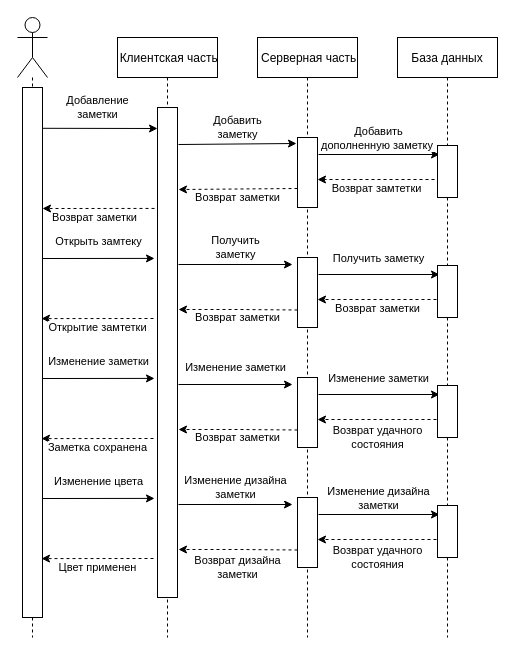
bogomazdmitry/note-shared-java keeps this draw.io diagram as drawio/Последовательность.drawio. Above is the earlier version. Source tidied: cells renumbered, new cells numbered last; positions are measured from the earlier drawing's top-left corner, leaving out a move shared by most shapes. Both pictures are drawn from the tidied source at 100%, with x=0, y=0 at pixel (17, 17).
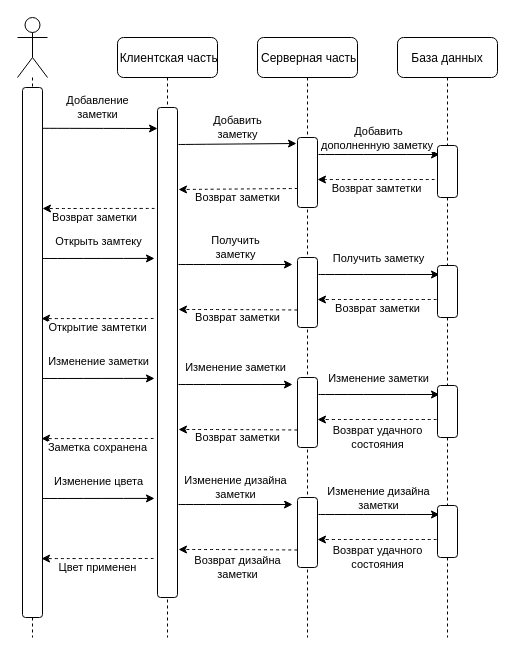
Above is the later version.

What changed in the source:
```diff
@@
-    <mxCell id="2" value=" Клиентская часть" style="shape=umlLifeline;perimeter=lifelinePerimeter;rounded=0;shadow=0;strokeWidth=1;" parent="1" vertex="1">
+    <mxCell id="2" value=" Клиентская часть" style="shape=umlLifeline;perimeter=lifelinePerimeter;shadow=0;strokeWidth=1;rounded=1;" parent="1" vertex="1">
       <mxGeometry x="100" y="20" width="100" height="600" as="geometry" />
     </mxCell>
-    <mxCell id="3" value="Возврат заметки" style="endArrow=classic;html=1;rounded=0;dashed=1;exitX=-0.15;exitY=0.206;exitDx=0;exitDy=0;exitPerimeter=0;" parent="2" edge="1" source="36">
+    <mxCell id="3" value="Возврат заметки" style="endArrow=classic;html=1;dashed=1;exitX=-0.15;exitY=0.206;exitDx=0;exitDy=0;exitPerimeter=0;curved=1;" parent="2" edge="1" source="36">
       <mxGeometry x="0.08" y="9" relative="1" as="geometry">
         <mxPoint x="-75" y="171" as="targetPoint" />
       </mxGeometry>
     </mxCell>
-    <mxCell id="4" value="Открыть замтеку" style="endArrow=classic;html=1;rounded=0;entryX=-0.15;entryY=0.308;entryDx=0;entryDy=0;entryPerimeter=0;" parent="2" edge="1" target="36">
+    <mxCell id="4" value="Открыть замтеку" style="endArrow=classic;html=1;entryX=-0.15;entryY=0.308;entryDx=0;entryDy=0;entryPerimeter=0;curved=1;" parent="2" edge="1" target="36">
       <mxGeometry y="16" relative="1" as="geometry">
         <mxPoint x="-75" y="221" as="sourcePoint" />
         <mxPoint y="-1" as="offset" />
       </mxGeometry>
     </mxCell>
-    <mxCell id="5" style="edgeStyle=orthogonalEdgeStyle;rounded=0;jettySize=auto;html=1;dashed=1;endArrow=none;endFill=0;" parent="1" edge="1" source="6">
+    <mxCell id="5" style="edgeStyle=orthogonalEdgeStyle;jettySize=auto;html=1;dashed=1;endArrow=none;endFill=0;curved=1;" parent="1" edge="1" source="6">
       <mxGeometry relative="1" as="geometry">
         <mxPoint x="15" y="620" as="targetPoint" />
       </mxGeometry>
     </mxCell>
-    <mxCell id="6" style="shape=umlActor;verticalLabelPosition=bottom;verticalAlign=top;html=1;outlineConnect=0;" parent="1" vertex="1">
+    <mxCell id="6" style="shape=umlActor;verticalLabelPosition=bottom;verticalAlign=top;html=1;outlineConnect=0;rounded=1;" parent="1" vertex="1">
       <mxGeometry width="30" height="60" as="geometry" />
     </mxCell>
-    <mxCell id="7" value=" Серверная часть" style="shape=umlLifeline;perimeter=lifelinePerimeter;rounded=0;shadow=0;strokeWidth=1;" parent="1" vertex="1">
+    <mxCell id="7" value=" Серверная часть" style="shape=umlLifeline;perimeter=lifelinePerimeter;shadow=0;strokeWidth=1;rounded=1;" parent="1" vertex="1">
       <mxGeometry x="240" y="20" width="100" height="600" as="geometry" />
     </mxCell>
-    <mxCell id="8" style="rounded=0;whiteSpace=wrap;html=1;" parent="7" vertex="1">
+    <mxCell id="8" style="whiteSpace=wrap;html=1;rounded=1;" parent="7" vertex="1">
       <mxGeometry x="40" y="100" width="20" height="70" as="geometry" />
     </mxCell>
-    <mxCell id="9" value="Возврат заметки" style="endArrow=classic;html=1;rounded=0;dashed=1;" parent="7" edge="1">
+    <mxCell id="9" value="Возврат заметки" style="endArrow=classic;html=1;dashed=1;curved=1;" parent="7" edge="1">
       <mxGeometry x="0.01" y="8" relative="1" as="geometry">
         <mxPoint x="40" y="151" as="sourcePoint" />
         <mxPoint x="-79" y="152" as="targetPoint" />
       </mxGeometry>
     </mxCell>
-    <mxCell id="10" value="База данных" style="shape=umlLifeline;perimeter=lifelinePerimeter;rounded=0;shadow=0;strokeWidth=1;" parent="1" vertex="1">
+    <mxCell id="10" value="База данных" style="shape=umlLifeline;perimeter=lifelinePerimeter;shadow=0;strokeWidth=1;rounded=1;" parent="1" vertex="1">
       <mxGeometry x="380" y="20" width="100" height="600" as="geometry" />
     </mxCell>
-    <mxCell id="11" style="rounded=0;whiteSpace=wrap;html=1;" parent="10" vertex="1">
+    <mxCell id="11" style="whiteSpace=wrap;html=1;rounded=1;" parent="10" vertex="1">
       <mxGeometry x="-100" y="220" width="20" height="70" as="geometry" />
     </mxCell>
-    <mxCell id="12" value="Возврат заметки" style="endArrow=classic;html=1;rounded=0;dashed=1;exitX=0;exitY=0.75;exitDx=0;exitDy=0;" parent="10" edge="1" source="11">
+    <mxCell id="12" value="Возврат заметки" style="endArrow=classic;html=1;dashed=1;exitX=0;exitY=0.75;exitDx=0;exitDy=0;curved=1;" parent="10" edge="1" source="11">
       <mxGeometry x="0.01" y="8" relative="1" as="geometry">
         <mxPoint x="-219" y="272" as="targetPoint" />
         <Array as="points">
           <mxPoint x="-160" y="272" />
         </Array>
       </mxGeometry>
     </mxCell>
-    <mxCell id="13" value="Получить&lt;br&gt;заметку" style="endArrow=classic;html=1;rounded=0;" parent="10" edge="1">
+    <mxCell id="13" value="Получить&lt;br&gt;заметку" style="endArrow=classic;html=1;curved=1;" parent="10" edge="1">
       <mxGeometry y="16" relative="1" as="geometry">
         <mxPoint x="-219" y="227" as="sourcePoint" />
         <mxPoint x="-105" y="227" as="targetPoint" />
         <mxPoint y="-1" as="offset" />
       </mxGeometry>
     </mxCell>
-    <mxCell id="14" style="endArrow=classic;html=1;rounded=0;" parent="10" edge="1">
+    <mxCell id="14" style="endArrow=classic;html=1;curved=1;" parent="10" edge="1">
       <mxGeometry relative="1" as="geometry">
         <mxPoint x="-79" y="237" as="sourcePoint" />
         <mxPoint x="42" y="237" as="targetPoint" />
       </mxGeometry>
     </mxCell>
-    <mxCell id="15" value="Получить заметку" style="edgeLabel;html=1;align=center;verticalAlign=middle;" parent="14" vertex="1">
+    <mxCell id="15" value="Получить заметку" style="edgeLabel;html=1;align=center;verticalAlign=middle;rounded=1;" parent="14" vertex="1">
       <mxGeometry x="-0.21" relative="1" as="geometry">
         <mxPoint x="11" y="-17" as="offset" />
       </mxGeometry>
     </mxCell>
-    <mxCell id="16" style="rounded=0;whiteSpace=wrap;html=1;" parent="10" vertex="1">
+    <mxCell id="16" style="whiteSpace=wrap;html=1;rounded=1;" parent="10" vertex="1">
       <mxGeometry x="40" y="228" width="20" height="52" as="geometry" />
     </mxCell>
-    <mxCell id="17" value="Возврат заметки" style="endArrow=classic;html=1;rounded=0;dashed=1;" parent="10" edge="1">
+    <mxCell id="17" value="Возврат заметки" style="endArrow=classic;html=1;dashed=1;curved=1;" parent="10" edge="1">
       <mxGeometry x="-0.01" y="9" relative="1" as="geometry">
         <mxPoint x="39" y="262" as="sourcePoint" />
         <mxPoint x="-80" y="262" as="targetPoint" />
       </mxGeometry>
     </mxCell>
-    <mxCell id="18" value="Изменение заметки" style="endArrow=classic;html=1;rounded=0;entryX=-0.15;entryY=0.308;entryDx=0;entryDy=0;entryPerimeter=0;" parent="10" edge="1">
+    <mxCell id="18" value="Изменение заметки" style="endArrow=classic;html=1;entryX=-0.15;entryY=0.308;entryDx=0;entryDy=0;entryPerimeter=0;curved=1;" parent="10" edge="1">
       <mxGeometry y="16" relative="1" as="geometry">
         <mxPoint x="-355" y="341" as="sourcePoint" />
         <mxPoint x="-243" y="340.9" as="targetPoint" />
         <mxPoint y="-1" as="offset" />
       </mxGeometry>
     </mxCell>
-    <mxCell id="19" style="rounded=0;whiteSpace=wrap;html=1;" parent="10" vertex="1">
+    <mxCell id="19" style="whiteSpace=wrap;html=1;rounded=1;" parent="10" vertex="1">
       <mxGeometry x="-100" y="340" width="20" height="70" as="geometry" />
     </mxCell>
-    <mxCell id="20" value="Возврат заметки" style="endArrow=classic;html=1;rounded=0;dashed=1;exitX=0;exitY=0.75;exitDx=0;exitDy=0;" parent="10" edge="1" source="19">
+    <mxCell id="20" value="Возврат заметки" style="endArrow=classic;html=1;dashed=1;exitX=0;exitY=0.75;exitDx=0;exitDy=0;curved=1;" parent="10" edge="1" source="19">
       <mxGeometry x="0.01" y="8" relative="1" as="geometry">
         <mxPoint x="-219" y="392" as="targetPoint" />
         <Array as="points">
           <mxPoint x="-160" y="392" />
         </Array>
       </mxGeometry>
     </mxCell>
-    <mxCell id="21" value="Изменение заметки" style="endArrow=classic;html=1;rounded=0;" parent="10" edge="1">
+    <mxCell id="21" value="Изменение заметки" style="endArrow=classic;html=1;curved=1;" parent="10" edge="1">
       <mxGeometry y="16" relative="1" as="geometry">
         <mxPoint x="-219" y="347" as="sourcePoint" />
         <mxPoint x="-105" y="347" as="targetPoint" />
         <mxPoint y="-1" as="offset" />
       </mxGeometry>
     </mxCell>
-    <mxCell id="22" style="endArrow=classic;html=1;rounded=0;" parent="10" edge="1">
+    <mxCell id="22" style="endArrow=classic;html=1;curved=1;" parent="10" edge="1">
       <mxGeometry relative="1" as="geometry">
         <mxPoint x="-79" y="357" as="sourcePoint" />
         <mxPoint x="42" y="357" as="targetPoint" />
       </mxGeometry>
     </mxCell>
-    <mxCell id="23" value="Изменение заметки" style="edgeLabel;html=1;align=center;verticalAlign=middle;" parent="22" vertex="1">
+    <mxCell id="23" value="Изменение заметки" style="edgeLabel;html=1;align=center;verticalAlign=middle;rounded=1;" parent="22" vertex="1">
       <mxGeometry x="-0.21" relative="1" as="geometry">
         <mxPoint x="11" y="-17" as="offset" />
       </mxGeometry>
     </mxCell>
-    <mxCell id="24" style="rounded=0;whiteSpace=wrap;html=1;" parent="10" vertex="1">
+    <mxCell id="24" style="whiteSpace=wrap;html=1;rounded=1;" parent="10" vertex="1">
       <mxGeometry x="40" y="348" width="20" height="52" as="geometry" />
     </mxCell>
-    <mxCell id="25" value="Возврат удачного &lt;br&gt;состояния" style="endArrow=classic;html=1;rounded=0;dashed=1;" parent="10" edge="1">
+    <mxCell id="25" value="Возврат удачного &lt;br&gt;состояния" style="endArrow=classic;html=1;dashed=1;curved=1;" parent="10" edge="1">
       <mxGeometry x="-0.01" y="18" relative="1" as="geometry">
         <mxPoint x="39" y="382" as="sourcePoint" />
         <mxPoint x="-80" y="382" as="targetPoint" />
       </mxGeometry>
     </mxCell>
-    <mxCell id="26" value="Заметка сохранена" style="endArrow=classic;html=1;rounded=0;dashed=1;exitX=-0.15;exitY=0.206;exitDx=0;exitDy=0;exitPerimeter=0;" parent="10" edge="1">
+    <mxCell id="26" value="Заметка сохранена" style="endArrow=classic;html=1;dashed=1;exitX=-0.15;exitY=0.206;exitDx=0;exitDy=0;exitPerimeter=0;curved=1;" parent="10" edge="1">
       <mxGeometry y="9" relative="1" as="geometry">
         <mxPoint x="-244" y="401" as="sourcePoint" />
         <mxPoint x="-356" y="401.1" as="targetPoint" />
       </mxGeometry>
     </mxCell>
-    <mxCell id="27" value="Изменение цвета" style="endArrow=classic;html=1;rounded=0;entryX=-0.15;entryY=0.308;entryDx=0;entryDy=0;entryPerimeter=0;" parent="10" edge="1">
+    <mxCell id="27" value="Изменение цвета" style="endArrow=classic;html=1;entryX=-0.15;entryY=0.308;entryDx=0;entryDy=0;entryPerimeter=0;curved=1;" parent="10" edge="1">
       <mxGeometry y="16" relative="1" as="geometry">
         <mxPoint x="-355" y="461" as="sourcePoint" />
         <mxPoint x="-243" y="460.9" as="targetPoint" />
         <mxPoint y="-1" as="offset" />
       </mxGeometry>
     </mxCell>
-    <mxCell id="28" style="rounded=0;whiteSpace=wrap;html=1;" parent="10" vertex="1">
+    <mxCell id="28" style="whiteSpace=wrap;html=1;rounded=1;" parent="10" vertex="1">
       <mxGeometry x="-100" y="460" width="20" height="70" as="geometry" />
     </mxCell>
-    <mxCell id="29" value="Возврат дизайна&lt;br&gt;заметки" style="endArrow=classic;html=1;rounded=0;dashed=1;exitX=0;exitY=0.75;exitDx=0;exitDy=0;" parent="10" edge="1" source="28">
+    <mxCell id="29" value="Возврат дизайна&lt;br&gt;заметки" style="endArrow=classic;html=1;dashed=1;exitX=0;exitY=0.75;exitDx=0;exitDy=0;curved=1;" parent="10" edge="1" source="28">
       <mxGeometry x="0.01" y="18" relative="1" as="geometry">
         <mxPoint x="-219" y="512" as="targetPoint" />
         <Array as="points">
           <mxPoint x="-160" y="512" />
         </Array>
       </mxGeometry>
     </mxCell>
-    <mxCell id="30" value="Изменение дизайна &lt;br&gt;заметки" style="endArrow=classic;html=1;rounded=0;" parent="10" edge="1">
+    <mxCell id="30" value="Изменение дизайна &lt;br&gt;заметки" style="endArrow=classic;html=1;curved=1;" parent="10" edge="1">
       <mxGeometry y="16" relative="1" as="geometry">
         <mxPoint x="-219" y="467" as="sourcePoint" />
         <mxPoint x="-105" y="467" as="targetPoint" />
         <mxPoint y="-1" as="offset" />
       </mxGeometry>
     </mxCell>
-    <mxCell id="31" style="endArrow=classic;html=1;rounded=0;" parent="10" edge="1">
+    <mxCell id="31" style="endArrow=classic;html=1;curved=1;" parent="10" edge="1">
       <mxGeometry relative="1" as="geometry">
         <mxPoint x="-79" y="477" as="sourcePoint" />
         <mxPoint x="42" y="477" as="targetPoint" />
       </mxGeometry>
     </mxCell>
-    <mxCell id="32" value="Изменение дизайна&lt;br&gt;заметки" style="edgeLabel;html=1;align=center;verticalAlign=middle;" parent="31" vertex="1">
+    <mxCell id="32" value="Изменение дизайна&lt;br&gt;заметки" style="edgeLabel;html=1;align=center;verticalAlign=middle;rounded=1;" parent="31" vertex="1">
       <mxGeometry x="-0.21" relative="1" as="geometry">
         <mxPoint x="11" y="-17" as="offset" />
       </mxGeometry>
     </mxCell>
-    <mxCell id="33" style="rounded=0;whiteSpace=wrap;html=1;" parent="10" vertex="1">
+    <mxCell id="33" style="whiteSpace=wrap;html=1;rounded=1;" parent="10" vertex="1">
       <mxGeometry x="40" y="468" width="20" height="52" as="geometry" />
     </mxCell>
-    <mxCell id="34" value="Возврат удачного &lt;br&gt;состояния" style="endArrow=classic;html=1;rounded=0;dashed=1;" parent="10" edge="1">
+    <mxCell id="34" value="Возврат удачного &lt;br&gt;состояния" style="endArrow=classic;html=1;dashed=1;curved=1;" parent="10" edge="1">
       <mxGeometry x="-0.01" y="18" relative="1" as="geometry">
         <mxPoint x="39" y="502" as="sourcePoint" />
         <mxPoint x="-80" y="502" as="targetPoint" />
       </mxGeometry>
     </mxCell>
-    <mxCell id="35" value="Цвет применен" style="endArrow=classic;html=1;rounded=0;dashed=1;exitX=-0.15;exitY=0.206;exitDx=0;exitDy=0;exitPerimeter=0;" parent="10" edge="1">
+    <mxCell id="35" value="Цвет применен" style="endArrow=classic;html=1;dashed=1;exitX=-0.15;exitY=0.206;exitDx=0;exitDy=0;exitPerimeter=0;curved=1;" parent="10" edge="1">
       <mxGeometry y="9" relative="1" as="geometry">
         <mxPoint x="-244" y="521" as="sourcePoint" />
         <mxPoint x="-356" y="521.1" as="targetPoint" />
       </mxGeometry>
     </mxCell>
-    <mxCell id="36" style="rounded=0;whiteSpace=wrap;html=1;" parent="1" vertex="1">
+    <mxCell id="36" style="whiteSpace=wrap;html=1;rounded=1;" parent="1" vertex="1">
       <mxGeometry x="140" y="90" width="20" height="490" as="geometry" />
     </mxCell>
-    <mxCell id="37" style="rounded=0;whiteSpace=wrap;html=1;" parent="1" vertex="1">
+    <mxCell id="37" style="whiteSpace=wrap;html=1;rounded=1;" parent="1" vertex="1">
       <mxGeometry x="5" y="70" width="20" height="530" as="geometry" />
     </mxCell>
-    <mxCell id="38" value="Добавление&lt;br&gt;заметки" style="endArrow=classic;html=1;rounded=0;exitX=1;exitY=0.077;exitDx=0;exitDy=0;exitPerimeter=0;" parent="1" edge="1" source="37">
+    <mxCell id="38" value="Добавление&lt;br&gt;заметки" style="endArrow=classic;html=1;exitX=1;exitY=0.077;exitDx=0;exitDy=0;exitPerimeter=0;curved=1;" parent="1" edge="1" source="37">
       <mxGeometry x="-0.04" y="21" relative="1" as="geometry">
         <mxPoint x="140" y="111" as="targetPoint" />
       </mxGeometry>
     </mxCell>
-    <mxCell id="39" value="Добавить &lt;br&gt;заметку" style="endArrow=classic;html=1;rounded=0;" parent="1" edge="1">
+    <mxCell id="39" value="Добавить &lt;br&gt;заметку" style="endArrow=classic;html=1;curved=1;" parent="1" edge="1">
       <mxGeometry y="16" relative="1" as="geometry">
         <mxPoint x="161" y="127" as="sourcePoint" />
         <mxPoint x="279" y="126" as="targetPoint" />
         <mxPoint y="-1" as="offset" />
       </mxGeometry>
     </mxCell>
-    <mxCell id="40" style="endArrow=classic;html=1;rounded=0;" parent="1" edge="1">
+    <mxCell id="40" style="endArrow=classic;html=1;curved=1;" parent="1" edge="1">
       <mxGeometry relative="1" as="geometry">
         <mxPoint x="301" y="137" as="sourcePoint" />
         <mxPoint x="422" y="137" as="targetPoint" />
       </mxGeometry>
     </mxCell>
-    <mxCell id="41" value="Добавить&lt;br&gt;дополненную заметку&amp;nbsp;" style="edgeLabel;html=1;align=center;verticalAlign=middle;" parent="40" vertex="1">
+    <mxCell id="41" value="Добавить&lt;br&gt;дополненную заметку&amp;nbsp;" style="edgeLabel;html=1;align=center;verticalAlign=middle;rounded=1;" parent="40" vertex="1">
       <mxGeometry x="-0.21" relative="1" as="geometry">
         <mxPoint x="11" y="-17" as="offset" />
       </mxGeometry>
     </mxCell>
-    <mxCell id="42" style="rounded=0;whiteSpace=wrap;html=1;" parent="1" vertex="1">
+    <mxCell id="42" style="whiteSpace=wrap;html=1;rounded=1;" parent="1" vertex="1">
       <mxGeometry x="420" y="128" width="20" height="52" as="geometry" />
     </mxCell>
-    <mxCell id="43" value="Возврат замтетки" style="endArrow=classic;html=1;rounded=0;dashed=1;" parent="1" edge="1">
+    <mxCell id="43" value="Возврат замтетки" style="endArrow=classic;html=1;dashed=1;curved=1;" parent="1" edge="1">
       <mxGeometry x="-0.01" y="9" relative="1" as="geometry">
         <mxPoint x="417" y="162" as="sourcePoint" />
         <mxPoint x="300" y="162" as="targetPoint" />
       </mxGeometry>
     </mxCell>
-    <mxCell id="44" value="Открытие замтетки" style="endArrow=classic;html=1;rounded=0;dashed=1;exitX=-0.15;exitY=0.206;exitDx=0;exitDy=0;exitPerimeter=0;" parent="1" edge="1">
+    <mxCell id="44" value="Открытие замтетки" style="endArrow=classic;html=1;dashed=1;exitX=-0.15;exitY=0.206;exitDx=0;exitDy=0;exitPerimeter=0;curved=1;" parent="1" edge="1">
       <mxGeometry y="9" relative="1" as="geometry">
         <mxPoint x="136" y="301" as="sourcePoint" />
         <mxPoint x="24" y="301.1" as="targetPoint" />
       </mxGeometry>
     </mxCell>
```
